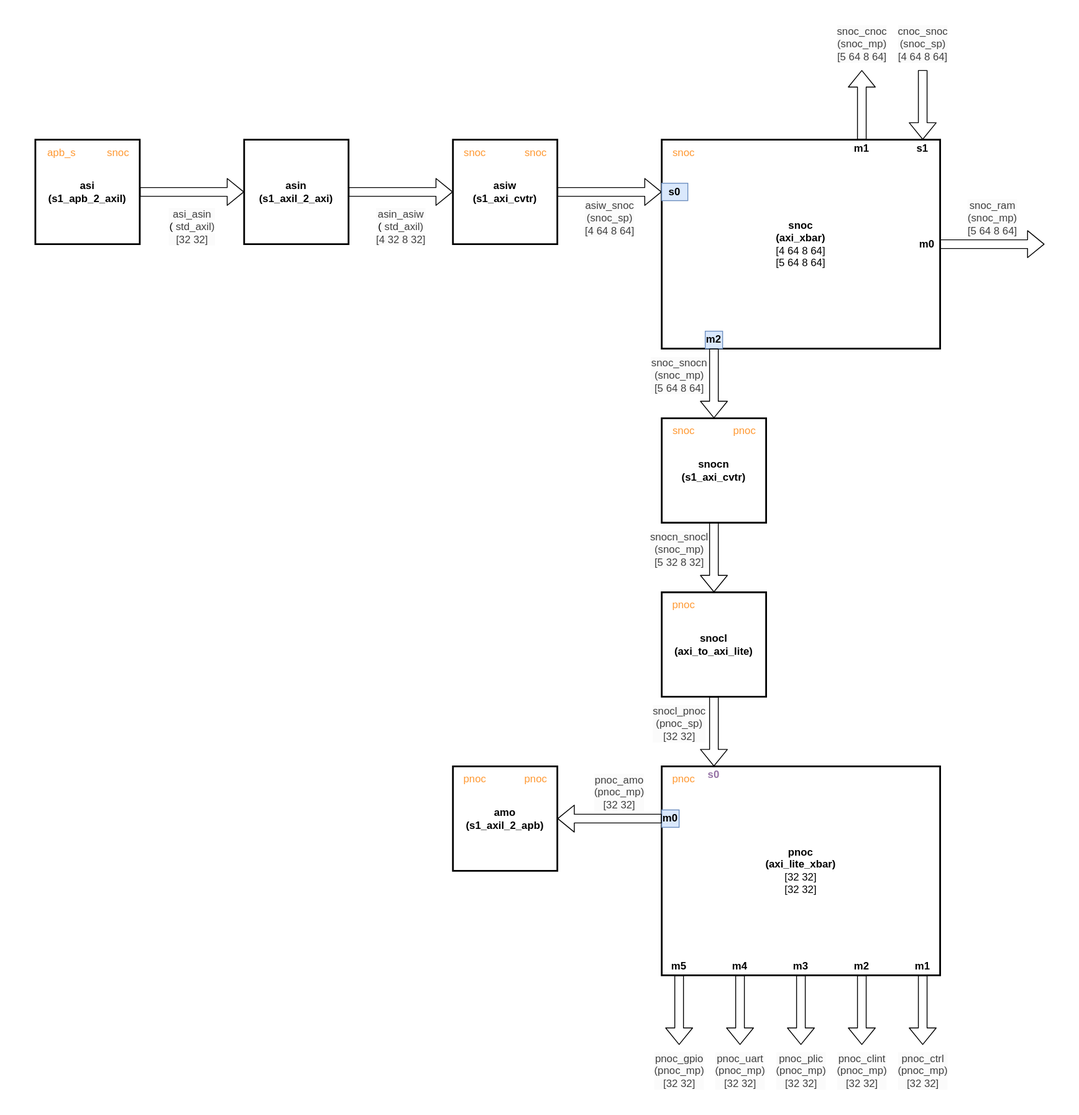
ADN-VLSI/S1 keeps this draw.io diagram as document/march_detailed.svg. Above is the earlier version. Source tidied: cells renumbered, new cells last; positions are measured from the earlier drawing's top-left corner, leaving out a move shared by most shapes.
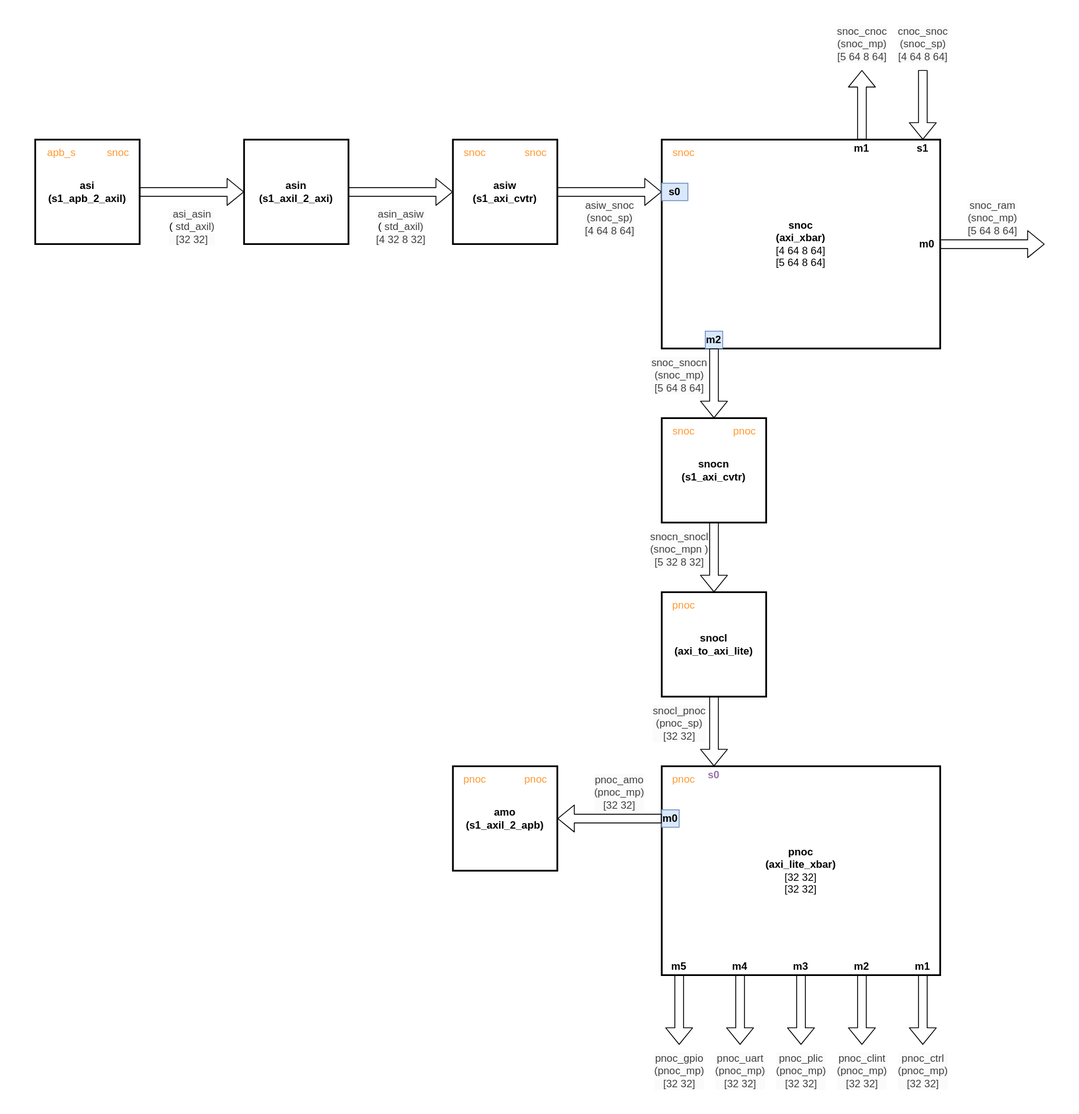
Above is the later version.

Change to the diagram source:
```diff
@@ -54,7 +54,7 @@
         <mxPoint x="820" y="400" as="sourcePoint" />
       </mxGeometry>
     </mxCell>
-    <mxCell id="18" value="&lt;div style=&quot;color: rgb(63, 63, 63); scrollbar-color: rgb(226, 226, 226) rgb(251, 251, 251); font-size: 12px; background-color: rgb(251, 251, 251);&quot;&gt;snocn_snocl&lt;/div&gt;&lt;div style=&quot;color: rgb(63, 63, 63); scrollbar-color: rgb(226, 226, 226) rgb(251, 251, 251); font-size: 12px; background-color: rgb(251, 251, 251);&quot;&gt;(snoc_mp)&lt;/div&gt;&lt;div style=&quot;color: rgb(63, 63, 63); scrollbar-color: rgb(226, 226, 226) rgb(251, 251, 251); font-size: 12px; background-color: rgb(251, 251, 251);&quot;&gt;[5 32 8 32]&lt;/div&gt;" style="shape=flexArrow;endArrow=classic;html=1;" parent="1" edge="1" source="15" target="20">
+    <mxCell id="18" value="&lt;div style=&quot;color: rgb(63, 63, 63); scrollbar-color: rgb(226, 226, 226) rgb(251, 251, 251); font-size: 12px; background-color: rgb(251, 251, 251);&quot;&gt;snocn_snocl&lt;/div&gt;&lt;div style=&quot;color: rgb(63, 63, 63); scrollbar-color: rgb(226, 226, 226) rgb(251, 251, 251); font-size: 12px; background-color: rgb(251, 251, 251);&quot;&gt;(snoc_mpn&lt;span style=&quot;background-color: light-dark(rgb(251, 251, 251), rgb(21, 21, 21));&quot;&gt;)&lt;/span&gt;&lt;/div&gt;&lt;div style=&quot;color: rgb(63, 63, 63); scrollbar-color: rgb(226, 226, 226) rgb(251, 251, 251); font-size: 12px; background-color: rgb(251, 251, 251);&quot;&gt;[5 32 8 32]&lt;/div&gt;" style="shape=flexArrow;endArrow=classic;html=1;" parent="1" edge="1" source="15" target="20">
       <mxGeometry x="-0.25" y="-40" relative="1" as="geometry" />
     </mxCell>
     <mxCell id="19" value="pnoc&lt;div&gt;(axi_lite_xbar)&lt;/div&gt;&lt;div&gt;&lt;span style=&quot;font-weight: normal;&quot;&gt;[32 32]&lt;/span&gt;&lt;/div&gt;&lt;div&gt;&lt;span style=&quot;font-weight: normal;&quot;&gt;[32 32]&lt;/span&gt;&lt;/div&gt;" style="shape=card;whiteSpace=wrap;html=1;size=0;strokeWidth=2;fontStyle=1;" parent="1" vertex="1">
```
